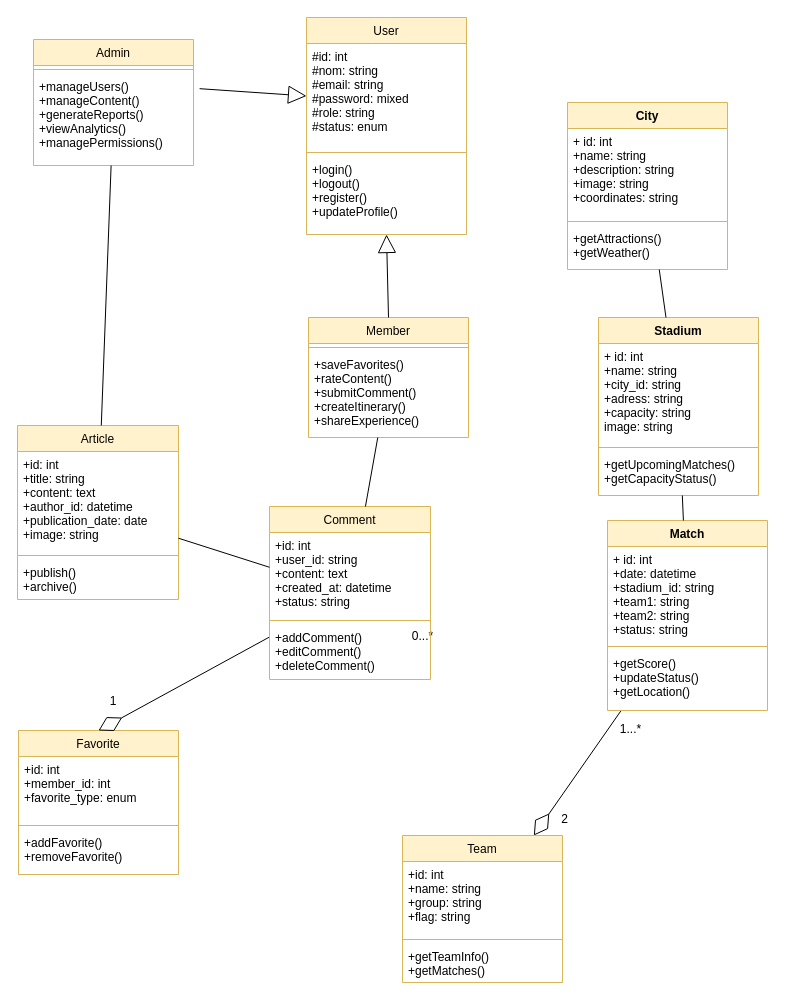
Above: docs/classDiagram.drawio in Drissnafii/YallaVamos-Artisana (draw.io), before the change. Source tidied: cells renumbered, new cells numbered last; positions are measured from the earlier drawing's top-left corner, leaving out a move shared by most shapes. Both pictures are drawn from the tidied source at 100%, with x=0, y=0 at pixel (17, 17).
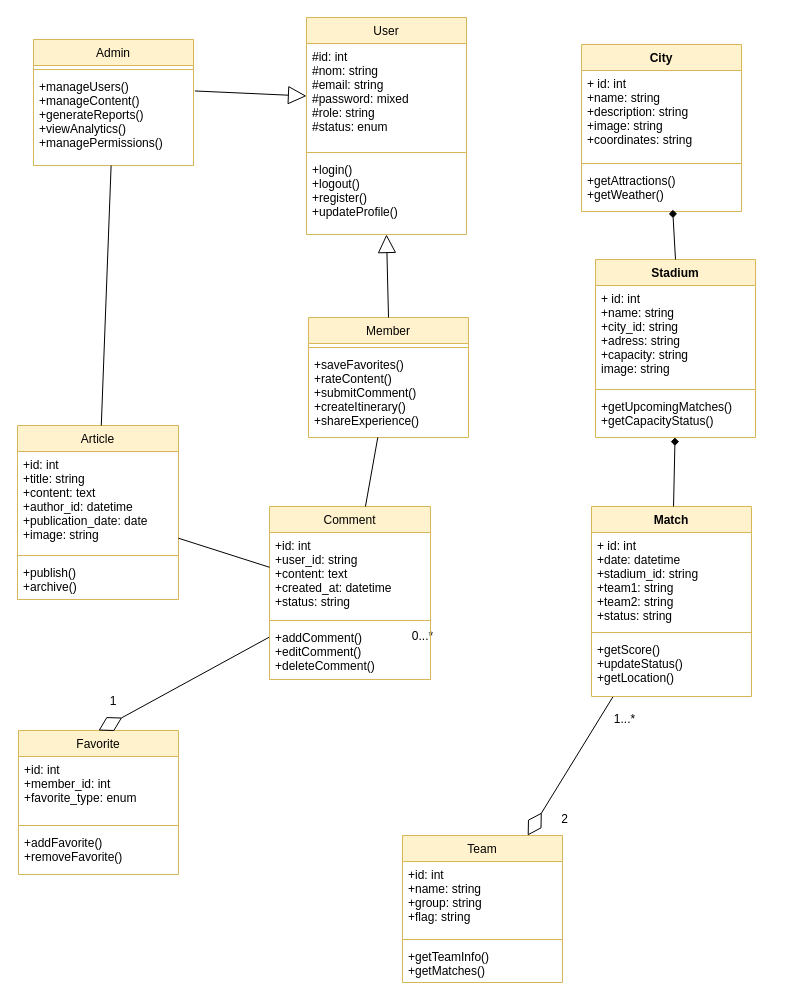
The same diagram, later.

Commit message:
fix: Update class diagram formatting and adjust element positions for clarity

Unchanged cells that the change refers to:
```xml
<mxCell id="3" value="#id: int&#10;#nom: string&#10;#email: string&#10;#password: mixed&#10;#role: string&#10;#status: enum" style="text;strokeColor=none;fillColor=none;align=left;verticalAlign=top;spacingLeft=4;spacingRight=4;overflow=hidden;points=[[0,0.5],[1,0.5]];portConstraint=eastwest;" parent="2" vertex="1">
  <mxGeometry y="26" width="160" height="105" as="geometry" />
</mxCell>
<mxCell id="8" value="+manageUsers()&#10;+manageContent()&#10;+generateReports()&#10;+viewAnalytics()&#10;+managePermissions()" style="text;strokeColor=none;fillColor=none;align=left;verticalAlign=top;spacingLeft=4;spacingRight=4;overflow=hidden;points=[[0,0.5],[1,0.5]];portConstraint=eastwest;" parent="6" vertex="1">
  <mxGeometry y="34" width="160" height="92" as="geometry" />
</mxCell>
<mxCell id="15" value="+getAttractions()&#10;+getWeather()" style="text;strokeColor=none;fillColor=none;align=left;verticalAlign=top;spacingLeft=4;spacingRight=4;overflow=hidden;points=[[0,0.5],[1,0.5]];portConstraint=eastwest;" parent="12" vertex="1">
  <mxGeometry y="123" width="160" height="44" as="geometry" />
</mxCell>
<mxCell id="30" value="+getUpcomingMatches()&#10;+getCapacityStatus()" style="text;strokeColor=none;fillColor=none;align=left;verticalAlign=top;spacingLeft=4;spacingRight=4;overflow=hidden;points=[[0,0.5],[1,0.5]];portConstraint=eastwest;" parent="27" vertex="1">
  <mxGeometry y="134" width="160" height="44" as="geometry" />
</mxCell>
```

Change to the diagram source:
```diff
@@
     <mxCell id="12" value="City" style="swimlane;fontStyle=1;align=center;verticalAlign=top;horizontal=1;startSize=26;fillColor=#fff2cc;strokeColor=#d6b656;" parent="1" vertex="1">
-      <mxGeometry x="550" y="85" width="160" height="167" as="geometry" />
+      <mxGeometry x="564" y="27" width="160" height="167" as="geometry" />
     </mxCell>
@@
-    <mxCell id="20" style="endArrow=block;endSize=16;endFill=0;html=1;exitX=1.038;exitY=0.165;exitDx=0;exitDy=0;entryX=0;entryY=0.5;entryDx=0;entryDy=0;exitPerimeter=0;" parent="1" edge="1" source="8" target="3">
+    <mxCell id="20" style="endArrow=block;endSize=16;endFill=0;html=1;exitX=1.009;exitY=0.19;exitDx=0;exitDy=0;entryX=0;entryY=0.5;entryDx=0;entryDy=0;exitPerimeter=0;" parent="1" edge="1" source="8" target="3">
       <mxGeometry relative="1" as="geometry" />
     </mxCell>
@@
     <mxCell id="27" value="Stadium" style="swimlane;fontStyle=1;align=center;verticalAlign=top;horizontal=1;startSize=26;fillColor=#fff2cc;strokeColor=#d6b656;" parent="1" vertex="1">
-      <mxGeometry x="581" y="300" width="160" height="178" as="geometry" />
+      <mxGeometry x="578" y="242" width="160" height="178" as="geometry" />
     </mxCell>
@@
-    <mxCell id="31" style="endArrow=none;html=1;" parent="1" edge="1" source="27" target="12">
-      <mxGeometry relative="1" as="geometry" />
-    </mxCell>
     <mxCell id="32" value="Match" style="swimlane;fontStyle=1;align=center;verticalAlign=top;horizontal=1;startSize=26;fillColor=#fff2cc;strokeColor=#d6b656;" parent="1" vertex="1">
-      <mxGeometry x="590" y="503" width="160" height="190" as="geometry" />
+      <mxGeometry x="574" y="489" width="160" height="190" as="geometry" />
     </mxCell>
@@
-    <mxCell id="36" style="endArrow=none;html=1;" parent="1" edge="1" source="32" target="27">
-      <mxGeometry relative="1" as="geometry" />
-    </mxCell>
@@
     <mxCell id="52" value="1...*" style="text;html=1;align=center;verticalAlign=middle;strokeColor=none;fillColor=none;" parent="1" vertex="1">
-      <mxGeometry x="593" y="699" width="39" height="26" as="geometry" />
+      <mxGeometry x="587" y="689" width="39" height="26" as="geometry" />
     </mxCell>
+    <mxCell id="53" style="endArrow=none;html=1;startArrow=diamond;startFill=1;" parent="1" edge="1" source="30" target="32">
+      <mxGeometry relative="1" as="geometry" />
+    </mxCell>
+    <mxCell id="54" style="endArrow=none;html=1;startArrow=diamond;startFill=1;entryX=0.5;entryY=0;entryDx=0;entryDy=0;exitX=0.57;exitY=0.959;exitDx=0;exitDy=0;exitPerimeter=0;" parent="1" edge="1" source="15" target="27">
+      <mxGeometry relative="1" as="geometry" />
+    </mxCell>
```
